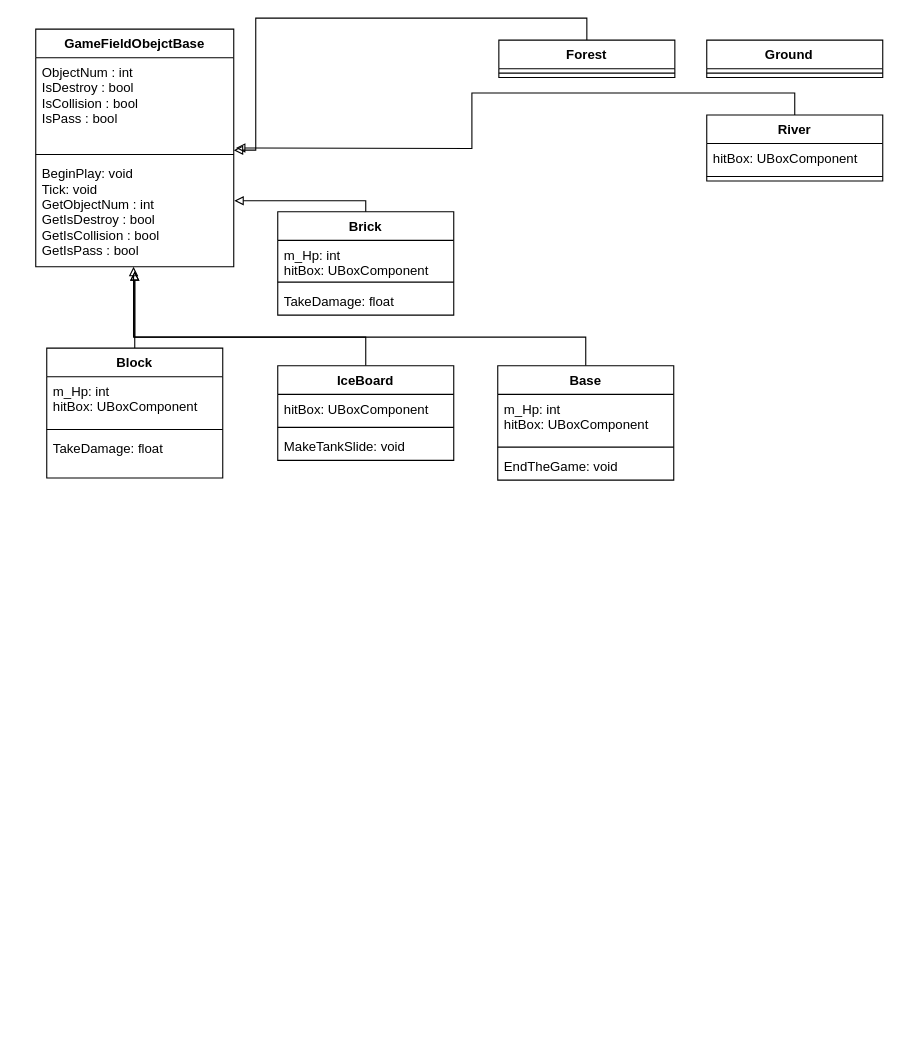
The draw.io diagram Untitled Diagram.drawio in zzaxowns/Study_LIST_IN_Vacation, before the edit. Source tidied: cells renumbered, new cells numbered last; positions are measured from the earlier drawing's top-left corner, leaving out a move shared by most shapes. Both pictures are drawn from the tidied source at 110%, with x=0, y=0 at pixel (35, 18).
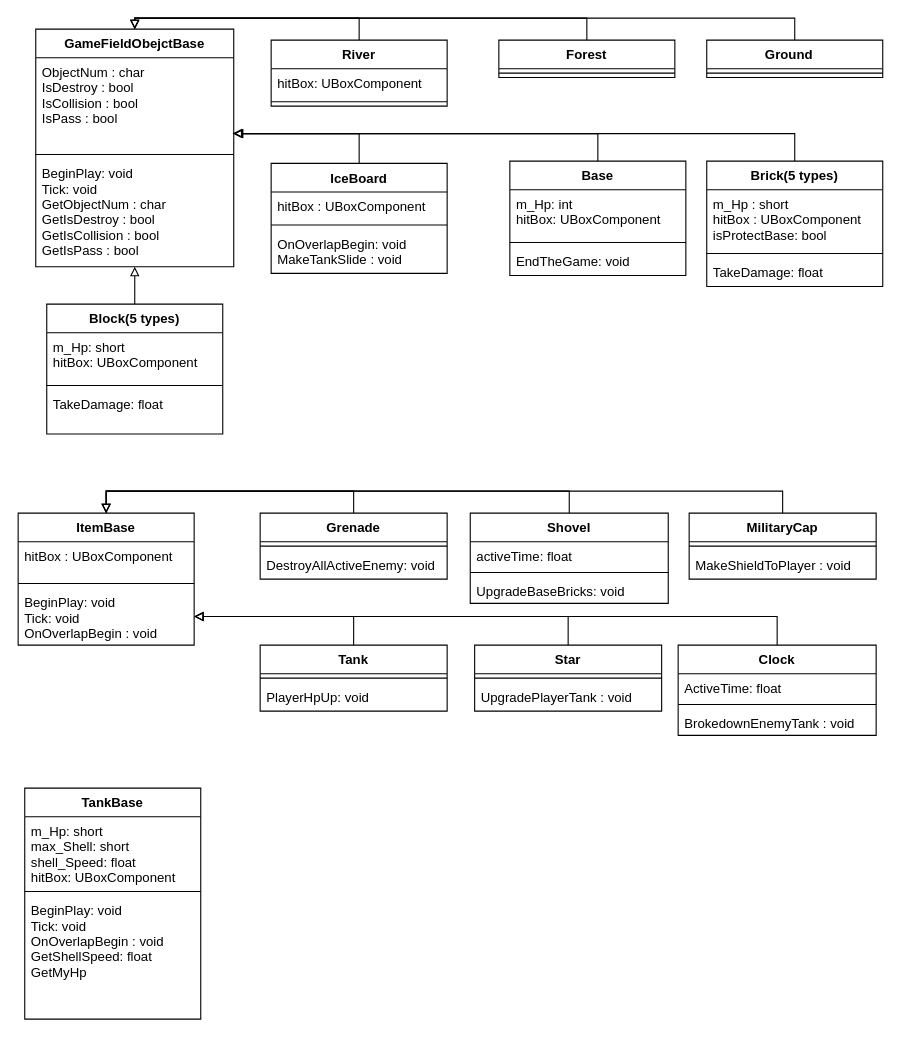
Above is the later version.

The change refers to these unchanged cells:
```xml
<mxCell id="2" value="GameFieldObejctBase" style="swimlane;fontStyle=1;align=center;verticalAlign=top;horizontal=1;startSize=26;" parent="1" vertex="1">
  <mxGeometry y="10" width="180" height="216" as="geometry" />
</mxCell>
<mxCell id="6" value="Ground   " style="swimlane;fontStyle=1;align=center;verticalAlign=top;horizontal=1;startSize=26;" parent="1" vertex="1">
  <mxGeometry x="610" y="20" width="160" height="34" as="geometry" />
</mxCell>
<mxCell id="19" value="Forest" style="swimlane;fontStyle=1;align=center;verticalAlign=top;horizontal=1;startSize=26;" parent="1" vertex="1">
  <mxGeometry x="421" y="20" width="160" height="34" as="geometry" />
</mxCell>
```

What changed in the source:
```diff
@@
-    <mxCell id="3" value="ObjectNum : int &#10;IsDestroy : bool &#10;IsCollision : bool &#10;IsPass : bool&#10;&#10;&#10; &#10;&#10;&#10;" style="text;strokeColor=none;fillColor=none;align=left;verticalAlign=top;spacingLeft=4;spacingRight=4;overflow=hidden;points=[[0,0.5],[1,0.5]];portConstraint=eastwest;" parent="2" vertex="1">
+    <mxCell id="3" value="ObjectNum : char&#10;IsDestroy : bool &#10;IsCollision : bool &#10;IsPass : bool&#10;" style="text;strokeColor=none;fillColor=none;align=left;verticalAlign=top;spacingLeft=4;spacingRight=4;overflow=hidden;points=[[0,0.5],[1,0.5]];portConstraint=eastwest;" parent="2" vertex="1">
       <mxGeometry y="26" width="180" height="84" as="geometry" />
     </mxCell>
@@
-    <mxCell id="5" value="BeginPlay: void&#10;Tick: void&#10;GetObjectNum : int &#10;GetIsDestroy : bool &#10;GetIsCollision : bool &#10;GetIsPass : bool&#10;&#10;" style="text;strokeColor=none;fillColor=none;align=left;verticalAlign=top;spacingLeft=4;spacingRight=4;overflow=hidden;points=[[0,0.5],[1,0.5]];portConstraint=eastwest;" parent="2" vertex="1">
+    <mxCell id="5" value="BeginPlay: void&#10;Tick: void&#10;GetObjectNum : char&#10;GetIsDestroy : bool &#10;GetIsCollision : bool &#10;GetIsPass : bool&#10;&#10;" style="text;strokeColor=none;fillColor=none;align=left;verticalAlign=top;spacingLeft=4;spacingRight=4;overflow=hidden;points=[[0,0.5],[1,0.5]];portConstraint=eastwest;" parent="2" vertex="1">
       <mxGeometry y="118" width="180" height="98" as="geometry" />
     </mxCell>
+    <mxCell id="35" style="edgeStyle=orthogonalEdgeStyle;rounded=0;jettySize=auto;html=1;exitX=0.5;exitY=0;exitDx=0;exitDy=0;entryX=0.5;entryY=0;entryDx=0;entryDy=0;endArrow=block;endFill=0;" parent="1" edge="1" source="6" target="2">
+      <mxGeometry relative="1" as="geometry" />
+    </mxCell>
@@
-    <mxCell id="8" style="edgeStyle=orthogonalEdgeStyle;rounded=0;jettySize=auto;html=1;exitX=0.5;exitY=0;exitDx=0;exitDy=0;startArrow=none;startFill=0;endArrow=block;endFill=0;" parent="1" edge="1" source="9">
-      <mxGeometry relative="1" as="geometry">
-        <mxPoint x="90" y="230" as="targetPoint" />
-      </mxGeometry>
-    </mxCell>
+    <mxCell id="36" style="edgeStyle=orthogonalEdgeStyle;rounded=0;jettySize=auto;html=1;exitX=0.5;exitY=0;exitDx=0;exitDy=0;entryX=0.5;entryY=1;entryDx=0;entryDy=0;entryPerimeter=0;endArrow=block;endFill=0;" parent="1" edge="1" source="9" target="5">
+      <mxGeometry relative="1" as="geometry" />
+    </mxCell>
-    <mxCell id="9" value="Block" style="swimlane;fontStyle=1;align=center;verticalAlign=top;horizontal=1;startSize=26;" parent="1" vertex="1">
-      <mxGeometry x="10" y="300" width="160" height="118" as="geometry" />
+    <mxCell id="9" value="Block(5 types)" style="swimlane;fontStyle=1;align=center;verticalAlign=top;horizontal=1;startSize=26;" parent="1" vertex="1">
+      <mxGeometry x="10" y="260" width="160" height="118" as="geometry" />
     </mxCell>
-    <mxCell id="10" value="m_Hp: int&#10;hitBox: UBoxComponent" style="text;strokeColor=none;fillColor=none;align=left;verticalAlign=top;spacingLeft=4;spacingRight=4;overflow=hidden;" parent="9" vertex="1">
+    <mxCell id="10" value="m_Hp: short&#10;hitBox: UBoxComponent" style="text;strokeColor=none;fillColor=none;align=left;verticalAlign=top;spacingLeft=4;spacingRight=4;overflow=hidden;" parent="9" vertex="1">
       <mxGeometry y="26" width="160" height="44" as="geometry" />
     </mxCell>
@@
-    <mxCell id="13" style="edgeStyle=orthogonalEdgeStyle;rounded=0;orthogonalLoop=1;jettySize=auto;html=1;exitX=0.5;exitY=0;exitDx=0;exitDy=0;entryX=1.003;entryY=0.976;entryDx=0;entryDy=0;entryPerimeter=0;startArrow=none;startFill=0;endArrow=block;endFill=0;" parent="1" edge="1">
-      <mxGeometry relative="1" as="geometry">
-        <mxPoint x="300" y="178" as="sourcePoint" />
-        <mxPoint x="180.5" y="166" as="targetPoint" />
-        <Array as="points">
-          <mxPoint x="300" y="166" />
-        </Array>
-      </mxGeometry>
-    </mxCell>
+    <mxCell id="37" style="edgeStyle=orthogonalEdgeStyle;rounded=0;jettySize=auto;html=1;exitX=0.5;exitY=0;exitDx=0;exitDy=0;entryX=0.994;entryY=0.821;entryDx=0;entryDy=0;entryPerimeter=0;endArrow=block;endFill=0;" parent="1" edge="1" source="14" target="3">
+      <mxGeometry relative="1" as="geometry" />
+    </mxCell>
-    <mxCell id="14" value="Brick" style="swimlane;fontStyle=1;align=center;verticalAlign=top;horizontal=1;startSize=26;" parent="1" vertex="1">
-      <mxGeometry x="220" y="176" width="160" height="94" as="geometry" />
+    <mxCell id="14" value="Brick(5 types)" style="swimlane;fontStyle=1;align=center;verticalAlign=top;horizontal=1;startSize=26;" parent="1" vertex="1">
+      <mxGeometry x="610" y="130" width="160" height="114" as="geometry" />
     </mxCell>
-    <mxCell id="15" value="m_Hp: int&#10;hitBox: UBoxComponent" style="text;strokeColor=none;fillColor=none;align=left;verticalAlign=top;spacingLeft=4;spacingRight=4;overflow=hidden;" parent="14" vertex="1">
-      <mxGeometry y="26" width="160" height="34" as="geometry" />
+    <mxCell id="15" value="m_Hp : short&#10;hitBox : UBoxComponent&#10;isProtectBase: bool&#10;" style="text;strokeColor=none;fillColor=none;align=left;verticalAlign=top;spacingLeft=4;spacingRight=4;overflow=hidden;" parent="14" vertex="1">
+      <mxGeometry y="26" width="160" height="54" as="geometry" />
     </mxCell>
     <mxCell id="16" style="line;strokeWidth=1;fillColor=none;align=left;verticalAlign=middle;spacingTop=-1;spacingLeft=3;spacingRight=3;labelPosition=right;" parent="14" vertex="1">
-      <mxGeometry y="60" width="160" height="8" as="geometry" />
+      <mxGeometry y="80" width="160" height="8" as="geometry" />
     </mxCell>
     <mxCell id="17" value="TakeDamage: float " style="text;strokeColor=none;fillColor=none;align=left;verticalAlign=top;spacingLeft=4;spacingRight=4;overflow=hidden;" parent="14" vertex="1">
-      <mxGeometry y="68" width="160" height="26" as="geometry" />
+      <mxGeometry y="88" width="160" height="26" as="geometry" />
     </mxCell>
-    <mxCell id="18" style="edgeStyle=orthogonalEdgeStyle;rounded=0;jettySize=auto;html=1;exitX=0.5;exitY=0;exitDx=0;exitDy=0;startArrow=none;startFill=0;endArrow=block;endFill=0;" parent="1" edge="1" source="19">
-      <mxGeometry relative="1" as="geometry">
-        <mxPoint x="180" y="120" as="targetPoint" />
-        <Array as="points">
-          <mxPoint x="501" />
-          <mxPoint x="200" />
-          <mxPoint x="200" y="120" />
-        </Array>
-      </mxGeometry>
-    </mxCell>
+    <mxCell id="38" style="edgeStyle=orthogonalEdgeStyle;rounded=0;jettySize=auto;html=1;exitX=0.5;exitY=0;exitDx=0;exitDy=0;entryX=0.5;entryY=0;entryDx=0;entryDy=0;endArrow=block;endFill=0;" parent="1" edge="1" source="19" target="2">
+      <mxGeometry relative="1" as="geometry" />
+    </mxCell>
@@
-    <mxCell id="21" style="edgeStyle=orthogonalEdgeStyle;rounded=0;jettySize=auto;html=1;exitX=0.5;exitY=0;exitDx=0;exitDy=0;startArrow=none;startFill=0;endArrow=block;endFill=0;" parent="1" edge="1" source="22">
-      <mxGeometry relative="1" as="geometry">
-        <mxPoint x="182" y="118" as="targetPoint" />
-      </mxGeometry>
-    </mxCell>
+    <mxCell id="39" style="edgeStyle=orthogonalEdgeStyle;rounded=0;jettySize=auto;html=1;exitX=0.5;exitY=0;exitDx=0;exitDy=0;entryX=0.5;entryY=0;entryDx=0;entryDy=0;endArrow=block;endFill=0;" parent="1" edge="1" source="22" target="2">
+      <mxGeometry relative="1" as="geometry" />
+    </mxCell>
     <mxCell id="22" value="River" style="swimlane;fontStyle=1;align=center;verticalAlign=top;horizontal=1;startSize=26;" parent="1" vertex="1">
-      <mxGeometry x="610" y="88" width="160" height="60" as="geometry" />
+      <mxGeometry x="214" y="20" width="160" height="60" as="geometry" />
     </mxCell>
@@
-    <mxCell id="25" style="edgeStyle=orthogonalEdgeStyle;rounded=0;jettySize=auto;html=1;exitX=0.5;exitY=0;exitDx=0;exitDy=0;entryX=0.494;entryY=1;entryDx=0;entryDy=0;entryPerimeter=0;startArrow=none;startFill=0;endArrow=block;endFill=0;" parent="1" edge="1" source="26" target="5">
-      <mxGeometry relative="1" as="geometry">
-        <Array as="points">
-          <mxPoint x="300" y="290" />
-          <mxPoint x="89" y="290" />
-        </Array>
-      </mxGeometry>
-    </mxCell>
+    <mxCell id="40" style="edgeStyle=orthogonalEdgeStyle;rounded=0;jettySize=auto;html=1;exitX=0.5;exitY=0;exitDx=0;exitDy=0;entryX=1;entryY=0.821;entryDx=0;entryDy=0;entryPerimeter=0;endArrow=block;endFill=0;" parent="1" edge="1" source="26" target="3">
+      <mxGeometry relative="1" as="geometry" />
+    </mxCell>
     <mxCell id="26" value="IceBoard" style="swimlane;fontStyle=1;align=center;verticalAlign=top;horizontal=1;startSize=26;" parent="1" vertex="1">
-      <mxGeometry x="220" y="316" width="160" height="86" as="geometry" />
+      <mxGeometry x="214" y="132" width="160" height="100" as="geometry" />
     </mxCell>
-    <mxCell id="27" value="hitBox: UBoxComponent" style="text;strokeColor=none;fillColor=none;align=left;verticalAlign=top;spacingLeft=4;spacingRight=4;overflow=hidden;" parent="26" vertex="1">
+    <mxCell id="27" value="hitBox : UBoxComponent" style="text;strokeColor=none;fillColor=none;align=left;verticalAlign=top;spacingLeft=4;spacingRight=4;overflow=hidden;" parent="26" vertex="1">
       <mxGeometry y="26" width="160" height="26" as="geometry" />
     </mxCell>
@@
-    <mxCell id="29" value="MakeTankSlide: void " style="text;strokeColor=none;fillColor=none;align=left;verticalAlign=top;spacingLeft=4;spacingRight=4;overflow=hidden;" parent="26" vertex="1">
-      <mxGeometry y="60" width="160" height="26" as="geometry" />
+    <mxCell id="29" value="OnOverlapBegin: void&#10;MakeTankSlide : void&#10;&#10;" style="text;strokeColor=none;fillColor=none;align=left;verticalAlign=top;spacingLeft=4;spacingRight=4;overflow=hidden;" parent="26" vertex="1">
+      <mxGeometry y="60" width="160" height="40" as="geometry" />
     </mxCell>
-    <mxCell id="30" style="edgeStyle=orthogonalEdgeStyle;rounded=0;jettySize=auto;html=1;exitX=0.5;exitY=0;exitDx=0;exitDy=0;startArrow=none;startFill=0;endArrow=block;endFill=0;" parent="1" edge="1" source="31">
-      <mxGeometry relative="1" as="geometry">
-        <mxPoint x="90" y="230" as="targetPoint" />
-        <Array as="points">
-          <mxPoint x="500" y="290" />
-          <mxPoint x="90" y="290" />
-        </Array>
-      </mxGeometry>
-    </mxCell>
+    <mxCell id="41" style="edgeStyle=orthogonalEdgeStyle;rounded=0;jettySize=auto;html=1;exitX=0.5;exitY=0;exitDx=0;exitDy=0;entryX=1;entryY=0.821;entryDx=0;entryDy=0;entryPerimeter=0;endArrow=block;endFill=0;" parent="1" edge="1" source="31" target="3">
+      <mxGeometry relative="1" as="geometry" />
+    </mxCell>
     <mxCell id="31" value="Base" style="swimlane;fontStyle=1;align=center;verticalAlign=top;horizontal=1;startSize=26;" parent="1" vertex="1">
-      <mxGeometry x="420" y="316" width="160" height="104" as="geometry" />
+      <mxGeometry x="431" y="130" width="160" height="104" as="geometry" />
     </mxCell>
@@
+    <mxCell id="42" value="ItemBase" style="swimlane;fontStyle=1;align=center;verticalAlign=top;horizontal=1;startSize=26;" parent="1" vertex="1">
+      <mxGeometry x="-16" y="450" width="160" height="120" as="geometry" />
+    </mxCell>
+    <mxCell id="43" value="hitBox : UBoxComponent" style="text;strokeColor=none;fillColor=none;align=left;verticalAlign=top;spacingLeft=4;spacingRight=4;overflow=hidden;" parent="42" vertex="1">
+      <mxGeometry y="26" width="160" height="34" as="geometry" />
+    </mxCell>
+    <mxCell id="44" style="line;strokeWidth=1;fillColor=none;align=left;verticalAlign=middle;spacingTop=-1;spacingLeft=3;spacingRight=3;labelPosition=right;" parent="42" vertex="1">
+      <mxGeometry y="60" width="160" height="8" as="geometry" />
+    </mxCell>
+    <mxCell id="45" value="BeginPlay: void&#10;Tick: void&#10;OnOverlapBegin : void &#10;&#10;" style="text;strokeColor=none;fillColor=none;align=left;verticalAlign=top;spacingLeft=4;spacingRight=4;overflow=hidden;points=[[0,0.5],[1,0.5]];portConstraint=eastwest;" parent="42" vertex="1">
+      <mxGeometry y="68" width="160" height="52" as="geometry" />
+    </mxCell>
+    <mxCell id="46" style="edgeStyle=orthogonalEdgeStyle;rounded=0;jettySize=auto;html=1;exitX=0.5;exitY=0;exitDx=0;exitDy=0;entryX=0.5;entryY=0;entryDx=0;entryDy=0;endArrow=block;endFill=0;" parent="1" edge="1" source="47" target="42">
+      <mxGeometry relative="1" as="geometry" />
+    </mxCell>
+    <mxCell id="47" value="Grenade" style="swimlane;fontStyle=1;align=center;verticalAlign=top;horizontal=1;startSize=26;" parent="1" vertex="1">
+      <mxGeometry x="204" y="450" width="170" height="60" as="geometry" />
+    </mxCell>
+    <mxCell id="48" style="line;strokeWidth=1;fillColor=none;align=left;verticalAlign=middle;spacingTop=-1;spacingLeft=3;spacingRight=3;labelPosition=right;" parent="47" vertex="1">
+      <mxGeometry y="26" width="170" height="8" as="geometry" />
+    </mxCell>
+    <mxCell id="49" value="DestroyAllActiveEnemy: void" style="text;strokeColor=none;fillColor=none;align=left;verticalAlign=top;spacingLeft=4;spacingRight=4;overflow=hidden;" parent="47" vertex="1">
+      <mxGeometry y="34" width="170" height="26" as="geometry" />
+    </mxCell>
+    <mxCell id="50" style="edgeStyle=orthogonalEdgeStyle;rounded=0;jettySize=auto;html=1;exitX=0.5;exitY=0;exitDx=0;exitDy=0;entryX=0.5;entryY=0;entryDx=0;entryDy=0;endArrow=block;endFill=0;" parent="1" edge="1" source="51" target="42">
+      <mxGeometry relative="1" as="geometry" />
+    </mxCell>
+    <mxCell id="51" value="MilitaryCap" style="swimlane;fontStyle=1;align=center;verticalAlign=top;horizontal=1;startSize=26;" parent="1" vertex="1">
+      <mxGeometry x="594" y="450" width="170" height="60" as="geometry" />
+    </mxCell>
+    <mxCell id="52" style="line;strokeWidth=1;fillColor=none;align=left;verticalAlign=middle;spacingTop=-1;spacingLeft=3;spacingRight=3;labelPosition=right;" parent="51" vertex="1">
+      <mxGeometry y="26" width="170" height="8" as="geometry" />
+    </mxCell>
+    <mxCell id="53" value="MakeShieldToPlayer : void" style="text;strokeColor=none;fillColor=none;align=left;verticalAlign=top;spacingLeft=4;spacingRight=4;overflow=hidden;" parent="51" vertex="1">
+      <mxGeometry y="34" width="170" height="26" as="geometry" />
+    </mxCell>
+    <mxCell id="54" style="edgeStyle=orthogonalEdgeStyle;rounded=0;jettySize=auto;html=1;exitX=0.5;exitY=0;exitDx=0;exitDy=0;entryX=1;entryY=0.5;entryDx=0;entryDy=0;endArrow=block;endFill=0;" parent="1" edge="1" source="55" target="45">
+      <mxGeometry relative="1" as="geometry" />
+    </mxCell>
+    <mxCell id="55" value="Tank" style="swimlane;fontStyle=1;align=center;verticalAlign=top;horizontal=1;startSize=26;" parent="1" vertex="1">
+      <mxGeometry x="204" y="570" width="170" height="60" as="geometry" />
+    </mxCell>
+    <mxCell id="56" style="line;strokeWidth=1;fillColor=none;align=left;verticalAlign=middle;spacingTop=-1;spacingLeft=3;spacingRight=3;labelPosition=right;" parent="55" vertex="1">
+      <mxGeometry y="26" width="170" height="8" as="geometry" />
+    </mxCell>
+    <mxCell id="57" value="PlayerHpUp: void" style="text;strokeColor=none;fillColor=none;align=left;verticalAlign=top;spacingLeft=4;spacingRight=4;overflow=hidden;" parent="55" vertex="1">
+      <mxGeometry y="34" width="170" height="26" as="geometry" />
+    </mxCell>
+    <mxCell id="58" style="edgeStyle=orthogonalEdgeStyle;rounded=0;jettySize=auto;html=1;exitX=0.5;exitY=0;exitDx=0;exitDy=0;entryX=1;entryY=0.5;entryDx=0;entryDy=0;endArrow=block;endFill=0;" parent="1" edge="1" source="59" target="45">
+      <mxGeometry relative="1" as="geometry" />
+    </mxCell>
+    <mxCell id="59" value="Star" style="swimlane;fontStyle=1;align=center;verticalAlign=top;horizontal=1;startSize=26;" parent="1" vertex="1">
+      <mxGeometry x="399" y="570" width="170" height="60" as="geometry" />
+    </mxCell>
+    <mxCell id="60" style="line;strokeWidth=1;fillColor=none;align=left;verticalAlign=middle;spacingTop=-1;spacingLeft=3;spacingRight=3;labelPosition=right;" parent="59" vertex="1">
+      <mxGeometry y="26" width="170" height="8" as="geometry" />
+    </mxCell>
+    <mxCell id="61" value="UpgradePlayerTank : void" style="text;strokeColor=none;fillColor=none;align=left;verticalAlign=top;spacingLeft=4;spacingRight=4;overflow=hidden;" parent="59" vertex="1">
+      <mxGeometry y="34" width="170" height="26" as="geometry" />
+    </mxCell>
+    <mxCell id="62" style="edgeStyle=orthogonalEdgeStyle;rounded=0;jettySize=auto;html=1;exitX=0.5;exitY=0;exitDx=0;exitDy=0;entryX=1;entryY=0.5;entryDx=0;entryDy=0;endArrow=block;endFill=0;" parent="1" edge="1" source="63" target="45">
+      <mxGeometry relative="1" as="geometry" />
+    </mxCell>
+    <mxCell id="63" value="Clock" style="swimlane;fontStyle=1;align=center;verticalAlign=top;horizontal=1;startSize=26;" parent="1" vertex="1">
+      <mxGeometry x="584" y="570" width="180" height="82" as="geometry" />
+    </mxCell>
+    <mxCell id="64" value="ActiveTime: float" style="text;strokeColor=none;fillColor=none;align=left;verticalAlign=top;spacingLeft=4;spacingRight=4;overflow=hidden;" parent="63" vertex="1">
+      <mxGeometry y="26" width="180" height="24" as="geometry" />
+    </mxCell>
+    <mxCell id="65" style="line;strokeWidth=1;fillColor=none;align=left;verticalAlign=middle;spacingTop=-1;spacingLeft=3;spacingRight=3;labelPosition=right;" parent="63" vertex="1">
+      <mxGeometry y="50" width="180" height="8" as="geometry" />
+    </mxCell>
+    <mxCell id="66" value="BrokedownEnemyTank : void" style="text;strokeColor=none;fillColor=none;align=left;verticalAlign=top;spacingLeft=4;spacingRight=4;overflow=hidden;" parent="63" vertex="1">
+      <mxGeometry y="58" width="180" height="24" as="geometry" />
+    </mxCell>
+    <mxCell id="67" style="edgeStyle=orthogonalEdgeStyle;rounded=0;jettySize=auto;html=1;exitX=0.5;exitY=0;exitDx=0;exitDy=0;entryX=0.5;entryY=0;entryDx=0;entryDy=0;endArrow=block;endFill=0;" parent="1" edge="1" source="68" target="42">
+      <mxGeometry relative="1" as="geometry" />
+    </mxCell>
+    <mxCell id="68" value="Shovel&#10;    " style="swimlane;fontStyle=1;align=center;verticalAlign=top;horizontal=1;startSize=26;" parent="1" vertex="1">
+      <mxGeometry x="395" y="450" width="180" height="82" as="geometry" />
+    </mxCell>
+    <mxCell id="69" value="activeTime: float" style="text;strokeColor=none;fillColor=none;align=left;verticalAlign=top;spacingLeft=4;spacingRight=4;overflow=hidden;" parent="68" vertex="1">
+      <mxGeometry y="26" width="180" height="24" as="geometry" />
+    </mxCell>
+    <mxCell id="70" style="line;strokeWidth=1;fillColor=none;align=left;verticalAlign=middle;spacingTop=-1;spacingLeft=3;spacingRight=3;labelPosition=right;" parent="68" vertex="1">
+      <mxGeometry y="50" width="180" height="8" as="geometry" />
+    </mxCell>
+    <mxCell id="71" value="UpgradeBaseBricks: void" style="text;strokeColor=none;fillColor=none;align=left;verticalAlign=top;spacingLeft=4;spacingRight=4;overflow=hidden;" parent="68" vertex="1">
+      <mxGeometry y="58" width="180" height="24" as="geometry" />
+    </mxCell>
+    <mxCell id="72" value="TankBase" style="swimlane;fontStyle=1;align=center;verticalAlign=top;horizontal=1;startSize=26;" parent="1" vertex="1">
+      <mxGeometry x="-10" y="700" width="160" height="210" as="geometry" />
+    </mxCell>
+    <mxCell id="73" value="m_Hp: short&#10;max_Shell: short&#10;shell_Speed: float  &#10;hitBox: UBoxComponent&#10;" style="text;strokeColor=none;fillColor=none;align=left;verticalAlign=top;spacingLeft=4;spacingRight=4;overflow=hidden;" parent="72" vertex="1">
+      <mxGeometry y="26" width="160" height="64" as="geometry" />
+    </mxCell>
+    <mxCell id="74" style="line;strokeWidth=1;fillColor=none;align=left;verticalAlign=middle;spacingTop=-1;spacingLeft=3;spacingRight=3;labelPosition=right;" parent="72" vertex="1">
+      <mxGeometry y="90" width="160" height="8" as="geometry" />
+    </mxCell>
+    <mxCell id="75" value="BeginPlay: void&#10;Tick: void&#10;OnOverlapBegin : void &#10;GetShellSpeed: float&#10;GetMyHp" style="text;strokeColor=none;fillColor=none;align=left;verticalAlign=top;spacingLeft=4;spacingRight=4;overflow=hidden;" parent="72" vertex="1">
+      <mxGeometry y="98" width="160" height="112" as="geometry" />
+    </mxCell>
```
